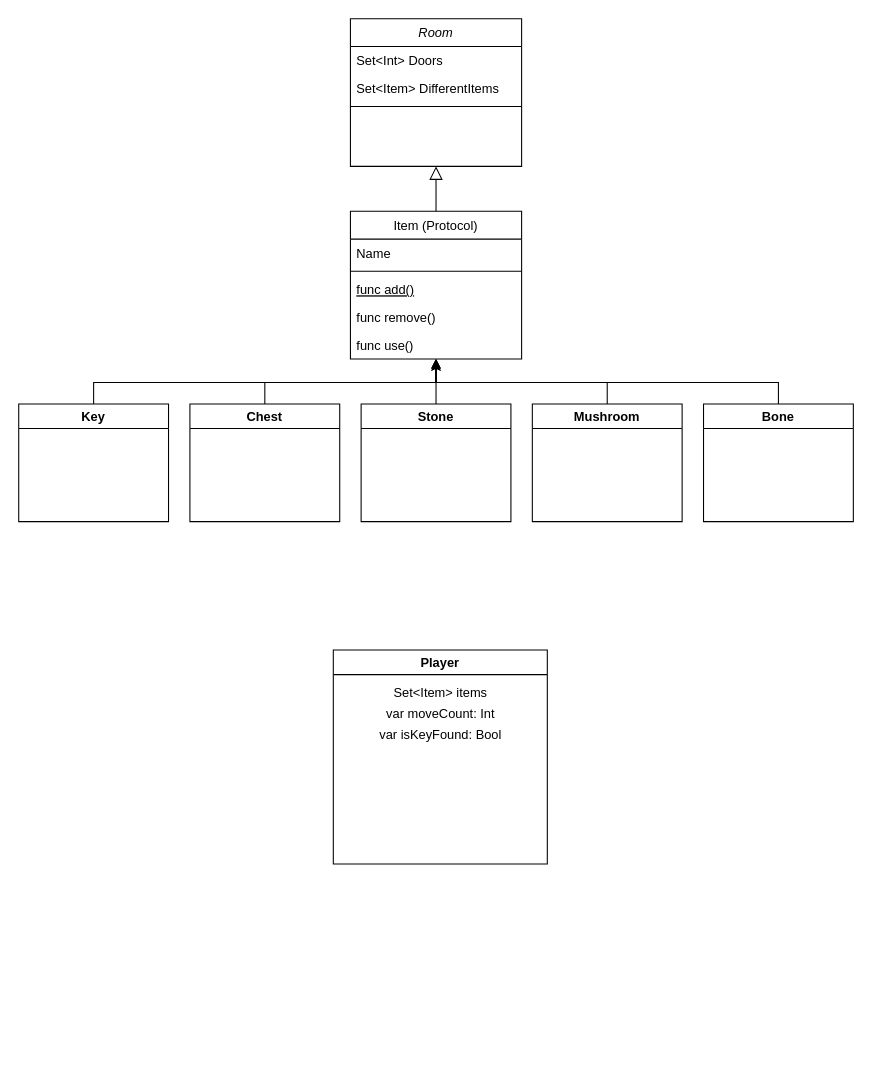
Before: Untitled Diagram.drawio in nikitabumblebee/DungeonsAndDragons, a draw.io diagram. Source tidied: cells renumbered, new cells numbered last; positions are measured from the earlier drawing's top-left corner, leaving out a move shared by most shapes. Both pictures are drawn from the tidied source at 107%, with x=0, y=0 at pixel (18, 18).
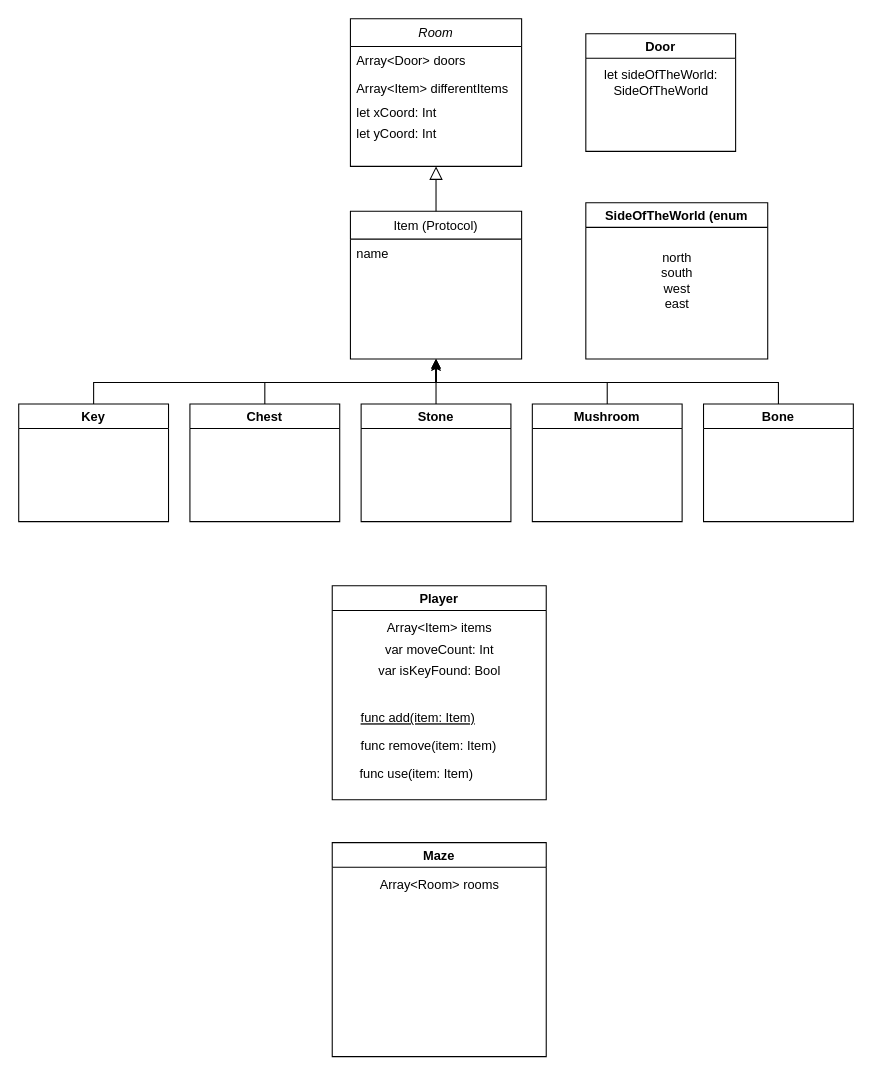
Above is the later version.

The change refers to these unchanged cells:
```xml
<mxCell id="2" value="Room" style="swimlane;fontStyle=2;align=center;verticalAlign=top;horizontal=1;startSize=26;rounded=0;shadow=0;strokeWidth=1;" parent="1" vertex="1">
  <mxGeometry x="310" width="160" height="138" as="geometry" />
</mxCell>
<mxCell id="6" value="Item (Protocol)" style="swimlane;fontStyle=0;align=center;verticalAlign=top;horizontal=1;startSize=26;rounded=0;shadow=0;strokeWidth=1;" parent="1" vertex="1">
  <mxGeometry x="310" y="180" width="160" height="138" as="geometry" />
</mxCell>
```

Change to the diagram source:
```diff
@@
-    <mxCell id="3" value="Set&lt;Int&gt; Doors" style="text;align=left;verticalAlign=top;spacingLeft=4;spacingRight=4;overflow=hidden;" parent="2" vertex="1">
+    <mxCell id="3" value="Array&lt;Door&gt; doors" style="text;align=left;verticalAlign=top;spacingLeft=4;spacingRight=4;overflow=hidden;" parent="2" vertex="1">
       <mxGeometry y="26" width="160" height="26" as="geometry" />
     </mxCell>
-    <mxCell id="4" value="Set&lt;Item&gt; DifferentItems" style="text;align=left;verticalAlign=top;spacingLeft=4;spacingRight=4;overflow=hidden;rounded=0;shadow=0;html=0;" parent="2" vertex="1">
+    <mxCell id="4" value="Array&lt;Item&gt; differentItems" style="text;align=left;verticalAlign=top;spacingLeft=4;spacingRight=4;overflow=hidden;rounded=0;shadow=0;html=0;" parent="2" vertex="1">
       <mxGeometry y="52" width="160" height="26" as="geometry" />
     </mxCell>
-    <mxCell id="5" style="line;html=1;strokeWidth=1;align=left;verticalAlign=middle;spacingTop=-1;spacingLeft=3;spacingRight=3;labelPosition=right;" parent="2" vertex="1">
-      <mxGeometry y="78" width="160" height="8" as="geometry" />
-    </mxCell>
+    <mxCell id="27" value="let xCoord: Int" style="text;html=1;align=left;verticalAlign=middle;strokeColor=none;fillColor=none;spacingLeft=4;" parent="2" vertex="1">
+      <mxGeometry y="78" width="160" height="20" as="geometry" />
+    </mxCell>
+    <mxCell id="28" value="let yCoord: Int" style="text;html=1;align=left;verticalAlign=middle;strokeColor=none;fillColor=none;spacingLeft=4;" parent="2" vertex="1">
+      <mxGeometry y="98" width="160" height="20" as="geometry" />
+    </mxCell>
@@
-    <mxCell id="7" value="Name" style="text;align=left;verticalAlign=top;spacingLeft=4;spacingRight=4;overflow=hidden;" parent="6" vertex="1">
+    <mxCell id="7" value="name" style="text;align=left;verticalAlign=top;spacingLeft=4;spacingRight=4;overflow=hidden;" parent="6" vertex="1">
       <mxGeometry y="26" width="160" height="26" as="geometry" />
     </mxCell>
-    <mxCell id="8" style="line;html=1;strokeWidth=1;align=left;verticalAlign=middle;spacingTop=-1;spacingLeft=3;spacingRight=3;labelPosition=right;" parent="6" vertex="1">
-      <mxGeometry y="52" width="160" height="8" as="geometry" />
-    </mxCell>
-    <mxCell id="9" value="func add()" style="text;align=left;verticalAlign=top;spacingLeft=4;spacingRight=4;overflow=hidden;fontStyle=4;" parent="6" vertex="1">
-      <mxGeometry y="60" width="160" height="26" as="geometry" />
-    </mxCell>
-    <mxCell id="10" value="func remove()" style="text;align=left;verticalAlign=top;spacingLeft=4;spacingRight=4;overflow=hidden;" parent="6" vertex="1">
-      <mxGeometry y="86" width="160" height="26" as="geometry" />
-    </mxCell>
-    <mxCell id="11" value="func use()" style="text;align=left;verticalAlign=top;strokeColor=none;fillColor=none;spacingLeft=4;" parent="6" vertex="1">
-      <mxGeometry y="112" width="160" height="20" as="geometry" />
-    </mxCell>
@@
     <mxCell id="23" value="Player" style="swimlane;html=0;" parent="1" vertex="1">
-      <mxGeometry x="294" y="590" width="200" height="200" as="geometry" />
+      <mxGeometry x="293" y="530" width="200" height="200" as="geometry" />
     </mxCell>
-    <mxCell id="24" value="Set&amp;lt;Item&amp;gt; items" style="text;html=1;align=center;verticalAlign=middle;strokeColor=none;fillColor=none;" parent="23" vertex="1">
-      <mxGeometry x="50" y="30" width="100" height="20" as="geometry" />
+    <mxCell id="24" value="Array&amp;lt;Item&amp;gt; items" style="text;html=1;align=center;verticalAlign=middle;strokeColor=none;fillColor=none;" parent="23" vertex="1">
+      <mxGeometry x="45" y="30" width="110" height="20" as="geometry" />
     </mxCell>
@@
+    <mxCell id="29" value="func add(item: Item)" style="text;align=left;verticalAlign=top;spacingLeft=4;spacingRight=4;overflow=hidden;fontStyle=4;" parent="23" vertex="1">
+      <mxGeometry x="21" y="110" width="160" height="26" as="geometry" />
+    </mxCell>
+    <mxCell id="30" value="func remove(item: Item)" style="text;align=left;verticalAlign=top;spacingLeft=4;spacingRight=4;overflow=hidden;" parent="23" vertex="1">
+      <mxGeometry x="21" y="136" width="160" height="26" as="geometry" />
+    </mxCell>
+    <mxCell id="31" value="func use(item: Item)" style="text;align=left;verticalAlign=top;strokeColor=none;fillColor=none;spacingLeft=4;" parent="23" vertex="1">
+      <mxGeometry x="20" y="162" width="130" height="20" as="geometry" />
+    </mxCell>
+    <mxCell id="32" value="Maze" style="swimlane;html=0;" parent="1" vertex="1">
+      <mxGeometry x="293" y="770" width="200" height="200" as="geometry" />
+    </mxCell>
+    <mxCell id="33" value="Array&amp;lt;Room&amp;gt; rooms" style="text;html=1;align=center;verticalAlign=middle;strokeColor=none;fillColor=none;" parent="32" vertex="1">
+      <mxGeometry x="35" y="30" width="130" height="20" as="geometry" />
+    </mxCell>
+    <mxCell id="34" value="Door" style="swimlane;html=0;" parent="1" vertex="1">
+      <mxGeometry x="530" y="14" width="140" height="110" as="geometry" />
+    </mxCell>
+    <mxCell id="35" value="let sideOfTheWorld: &lt;br&gt;SideOfTheWorld" style="text;html=1;align=center;verticalAlign=middle;strokeColor=none;fillColor=none;" parent="34" vertex="1">
+      <mxGeometry x="10" y="31" width="120" height="30" as="geometry" />
+    </mxCell>
+    <mxCell id="36" value="SideOfTheWorld (enum" style="swimlane;html=0;" parent="1" vertex="1">
+      <mxGeometry x="530" y="172" width="170" height="146" as="geometry" />
+    </mxCell>
+    <mxCell id="37" value="north&lt;br&gt;south&lt;br&gt;west&lt;br&gt;east" style="text;html=1;align=center;verticalAlign=middle;strokeColor=none;fillColor=none;" parent="36" vertex="1">
+      <mxGeometry x="65" y="43" width="40" height="60" as="geometry" />
+    </mxCell>
```
